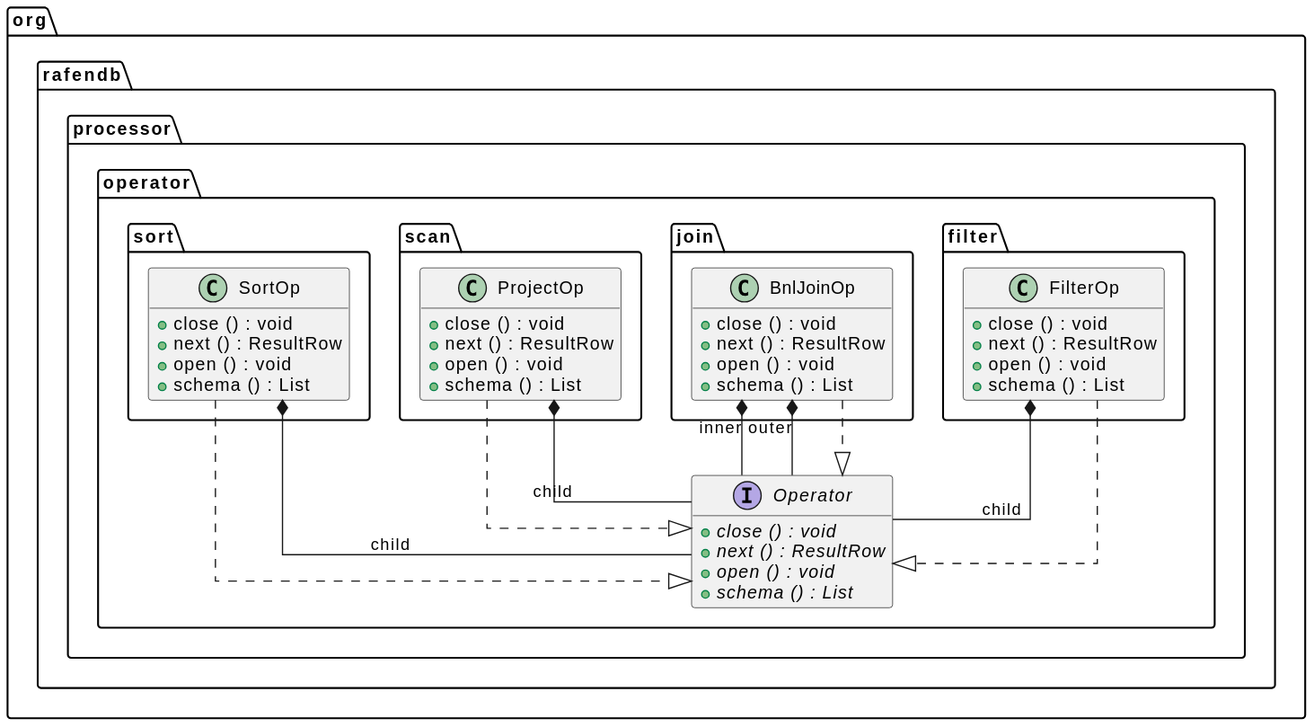
This is docs/generated/processor/processor-operator.svg from m-akma1/rafendb, a PlantUML export, as it was before one commit. Its source is kept beside it as docs/generated/processor/processor-operator.puml.
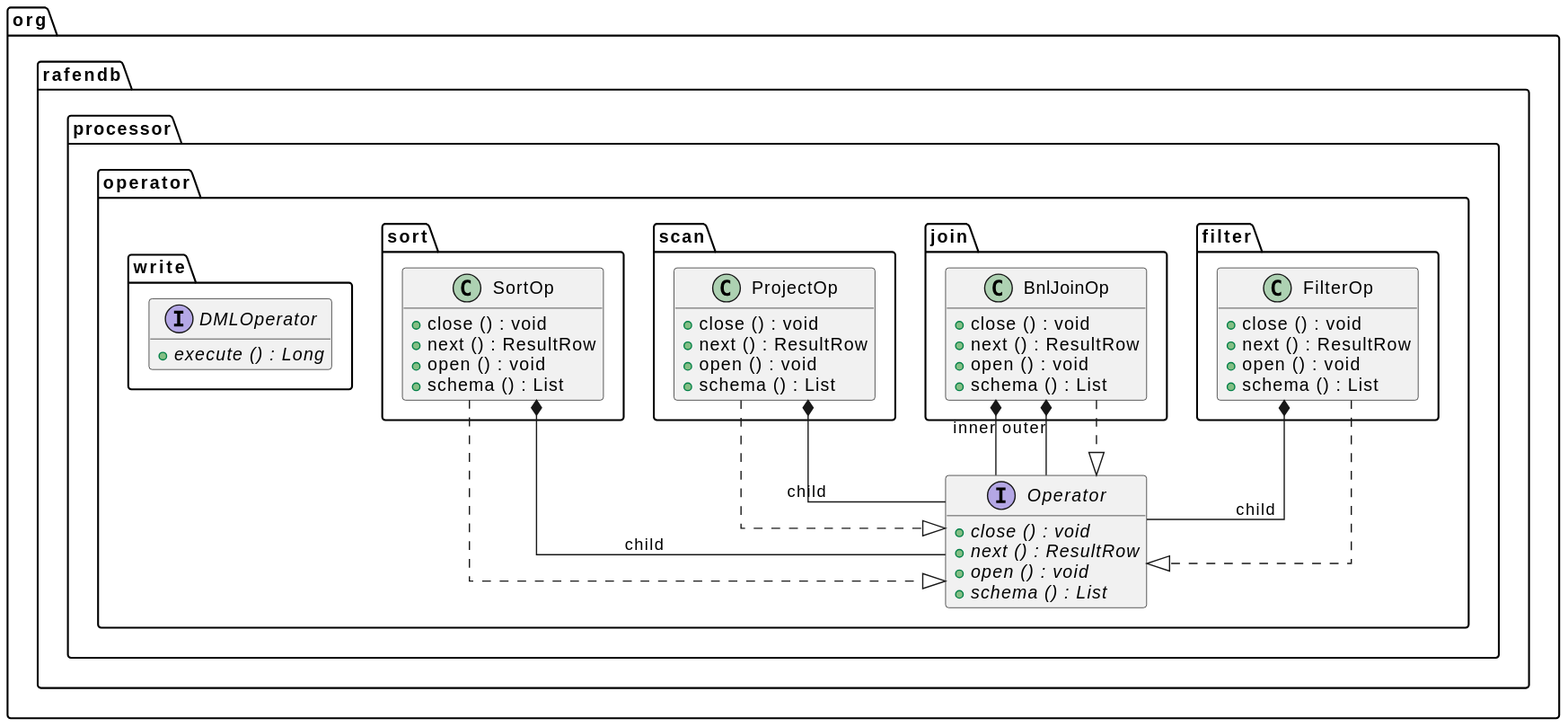
The same file after the commit.

The edit, as a diff of the source:
```diff
@@ -45,6 +45,11 @@
 }
 
 
+interface org.rafendb.processor.operator.write.DMLOperator {
+	{method}  {abstract} +execute () : Long
+}
+
+
 
 
 org.rafendb.processor.operator.filter.FilterOp *--  org.rafendb.processor.operator.Operator : child
```
